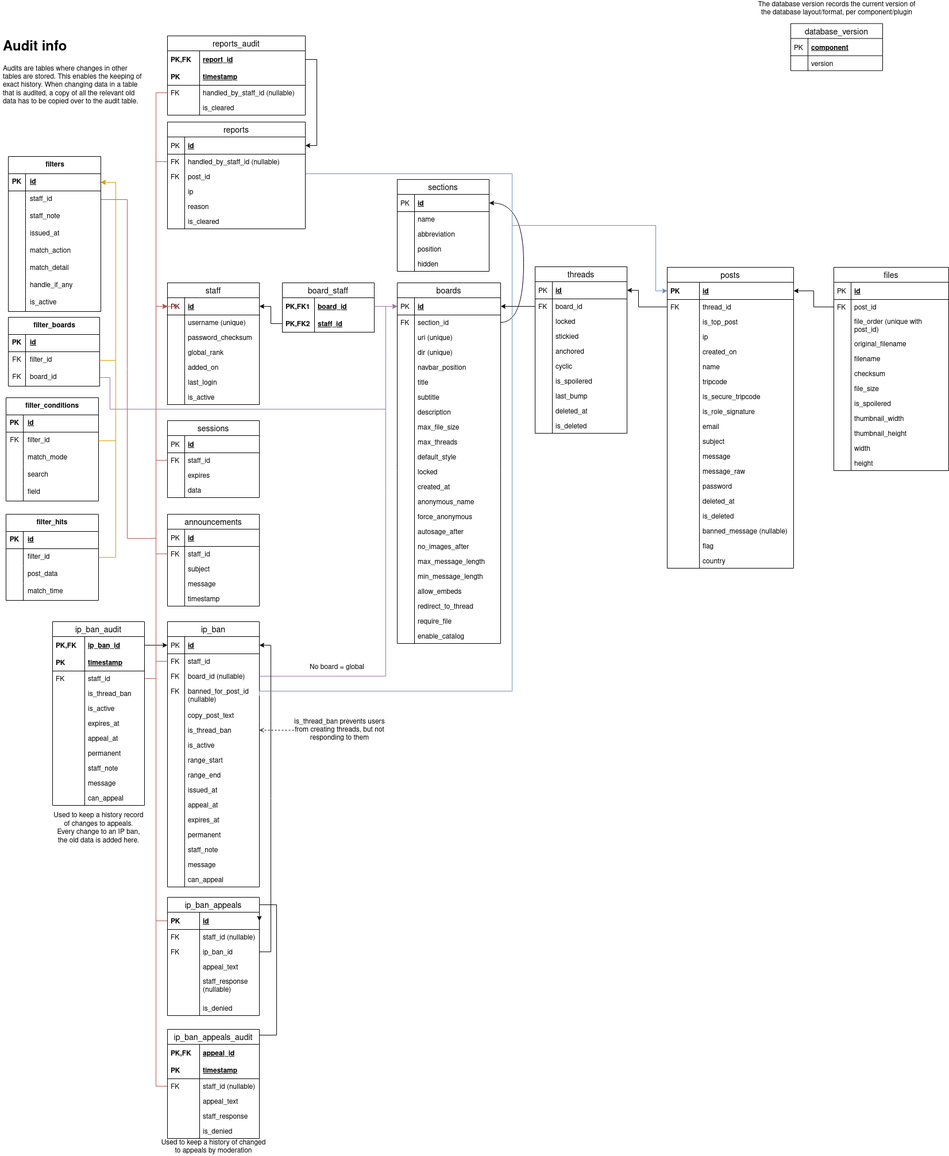
gochan-org/gochan keeps this draw.io diagram as sql/Database ERD.png. Above is the earlier version. Source tidied: cells renumbered, new cells last; positions are measured from the earlier drawing's top-left corner, leaving out a move shared by most shapes.
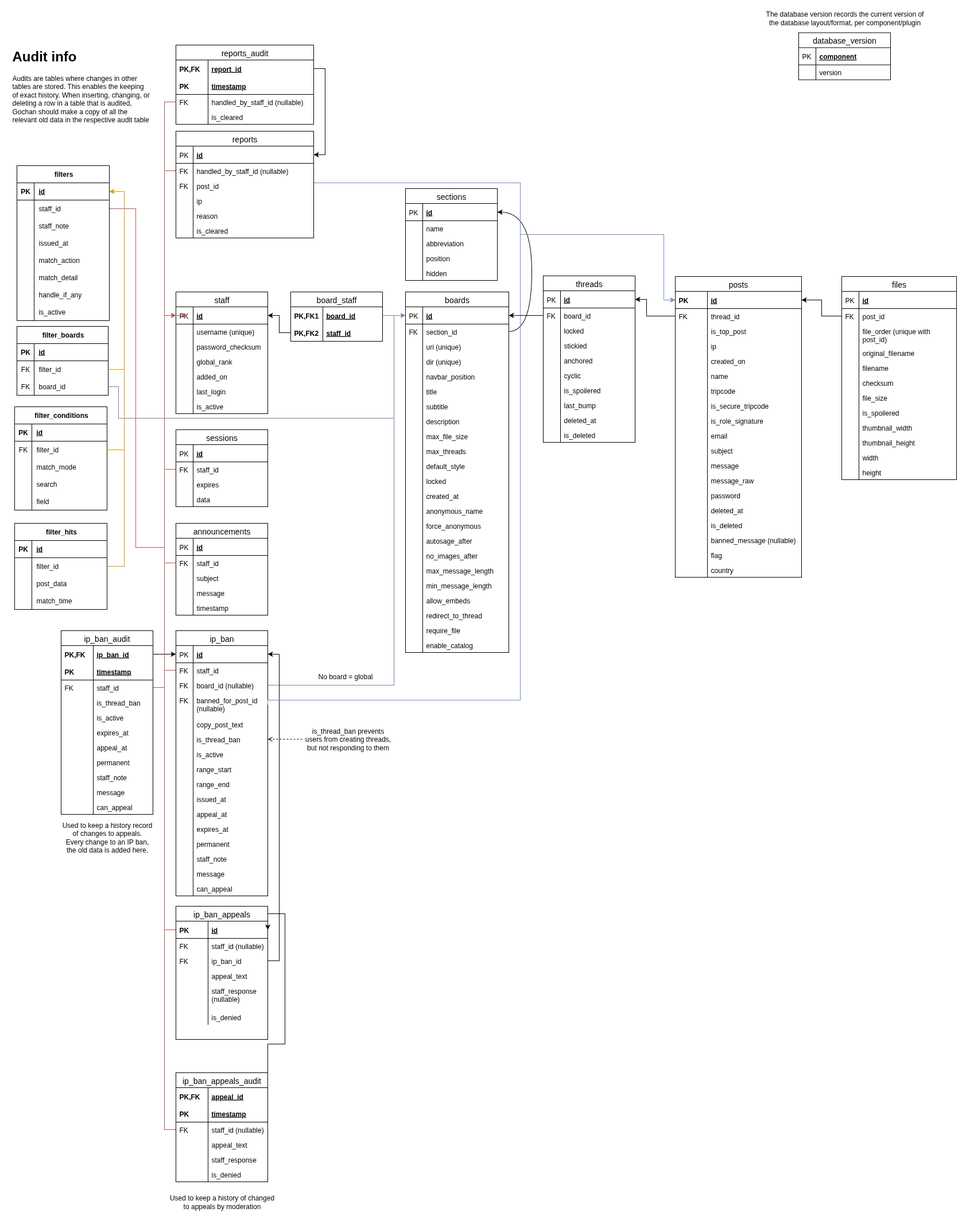
The same file after the commit.

Commit message:
Addd Draw.io backup files to gitignore, add clarification to audit info box

The edit, as a diff of the source:
```diff
@@ -159,7 +159,7 @@
     <mxCell id="49" style="edgeStyle=orthogonalEdgeStyle;rounded=0;jettySize=auto;html=1;exitX=0;exitY=0.5;exitDx=0;exitDy=0;entryX=0;entryY=0.5;entryDx=0;entryDy=0;fillColor=#f8cecc;strokeColor=#b85450;" parent="1" edge="1" source="41" target="3">
       <mxGeometry relative="1" as="geometry" />
     </mxCell>
-    <mxCell id="50" value="ip_ban" style="swimlane;fontStyle=0;horizontal=1;startSize=26;align=center;fontSize=14;strokeColor=#000000;fillColor=none;" parent="1" vertex="1">
+    <mxCell id="50" value="ip_ban" style="swimlane;fontStyle=0;horizontal=1;startSize=26;align=center;fontSize=14;" parent="1" vertex="1">
       <mxGeometry x="291" y="1082" width="160" height="462" as="geometry" />
     </mxCell>
     <mxCell id="51" value="id" style="shape=partialRectangle;top=0;left=0;right=0;bottom=1;align=left;verticalAlign=middle;fillColor=none;spacingLeft=34;spacingRight=4;overflow=hidden;points=[[0,0.5],[1,0.5]];portConstraint=eastwest;fontStyle=5;fontSize=12;" parent="50" vertex="1">
@@ -416,7 +416,7 @@
     <mxCell id="133" style="edgeStyle=orthogonalEdgeStyle;rounded=0;jettySize=auto;html=1;exitX=1;exitY=0.5;exitDx=0;exitDy=0;entryX=0;entryY=0.5;entryDx=0;entryDy=0;fillColor=#f8cecc;strokeColor=#b85450;" parent="1" edge="1" source="139" target="3">
       <mxGeometry relative="1" as="geometry" />
     </mxCell>
-    <mxCell id="134" value="ip_ban_audit" style="swimlane;fontStyle=0;horizontal=1;startSize=26;align=center;fontSize=14;strokeColor=#000000;fillColor=none;" parent="1" vertex="1">
+    <mxCell id="134" value="ip_ban_audit" style="swimlane;fontStyle=0;horizontal=1;startSize=26;align=center;fontSize=14;" parent="1" vertex="1">
       <mxGeometry x="91" y="1082" width="160" height="320" as="geometry" />
     </mxCell>
     <mxCell id="135" value="ip_ban_id" style="shape=partialRectangle;top=0;left=0;right=0;bottom=0;align=left;verticalAlign=middle;fillColor=none;spacingLeft=60;spacingRight=4;overflow=hidden;points=[[0,0.5],[1,0.5]];portConstraint=eastwest;fontStyle=5;fontSize=12;" parent="134" vertex="1">
@@ -491,7 +491,7 @@
     <mxCell id="158" value="&lt;div&gt;Used to keep a history record &lt;br&gt;&lt;/div&gt;&lt;div&gt;of changes to appeals.&lt;br&gt;Every change to an IP ban,&lt;br&gt;the old data is added here.&lt;br&gt;&lt;/div&gt;" style="text;html=1;align=center;verticalAlign=middle;" parent="1" vertex="1">
       <mxGeometry x="81" y="1412" width="180" height="60" as="geometry" />
     </mxCell>
-    <mxCell id="159" value="reports" style="swimlane;fontStyle=0;horizontal=1;startSize=26;align=center;fontSize=14;strokeColor=#000000;fillColor=none;" parent="1" vertex="1">
+    <mxCell id="159" value="reports" style="swimlane;fontStyle=0;horizontal=1;startSize=26;align=center;fontSize=14;" parent="1" vertex="1">
       <mxGeometry x="291" y="212" width="240" height="186" as="geometry" />
     </mxCell>
     <mxCell id="160" value="id" style="shape=partialRectangle;top=0;left=0;right=0;bottom=1;align=left;verticalAlign=middle;fillColor=none;spacingLeft=34;spacingRight=4;overflow=hidden;points=[[0,0.5],[1,0.5]];portConstraint=eastwest;fontStyle=5;fontSize=12;" parent="159" vertex="1">
@@ -580,7 +580,7 @@
       <mxGeometry width="56" height="26" as="geometry" />
     </mxCell>
     <mxCell id="185" value="&lt;div&gt;Used to keep a history of changed&lt;/div&gt;&lt;div&gt;to appeals by moderation&lt;br&gt;&lt;/div&gt;" style="text;html=1;align=center;verticalAlign=middle;" parent="1" vertex="1">
-      <mxGeometry x="271" y="1982" width="200" height="30" as="geometry" />
+      <mxGeometry x="271" y="2062" width="200" height="30" as="geometry" />
     </mxCell>
     <mxCell id="186" style="edgeStyle=orthogonalEdgeStyle;rounded=0;jettySize=auto;html=1;exitX=1;exitY=0.5;exitDx=0;exitDy=0;entryX=1;entryY=0.5;entryDx=0;entryDy=0;" parent="1" edge="1" source="177" target="160">
       <mxGeometry relative="1" as="geometry" />
@@ -588,8 +588,8 @@
     <mxCell id="187" style="edgeStyle=orthogonalEdgeStyle;rounded=0;jettySize=auto;html=1;exitX=0;exitY=0.5;exitDx=0;exitDy=0;entryX=0;entryY=0.5;entryDx=0;entryDy=0;fillColor=#f8cecc;strokeColor=#b85450;" parent="1" edge="1" source="181" target="3">
       <mxGeometry relative="1" as="geometry" />
     </mxCell>
-    <mxCell id="188" value="&lt;h1&gt;Audit info&lt;br&gt;&lt;/h1&gt;&lt;p&gt;Audits are tables where changes in other tables are stored. This enables the keeping of exact history. When changing data in a table that is audited, a copy of all the relevant old data has to be copied over to the audit table. &lt;br&gt;&lt;/p&gt;" style="text;html=1;strokeColor=none;fillColor=none;spacing=5;spacingTop=-20;whiteSpace=wrap;overflow=hidden;rounded=0;" parent="1" vertex="1">
-      <mxGeometry y="62" width="251" height="120" as="geometry" />
+    <mxCell id="188" value="&lt;h1&gt;Audit info&lt;br&gt;&lt;/h1&gt;&lt;p&gt;Audits are tables where changes in other tables are stored. This enables the keeping of exact history. When inserting, changing, or deleting a row in a table that is audited, Gochan should make a copy of all the relevant old data in the respective audit table&lt;br&gt;&lt;/p&gt;" style="text;html=1;strokeColor=none;fillColor=none;spacing=5;spacingTop=-20;overflow=hidden;rounded=0;whiteSpace=wrap;shadow=0;" parent="1" vertex="1">
+      <mxGeometry x="1" y="62" width="250" height="160" as="geometry" />
     </mxCell>
     <mxCell id="189" style="edgeStyle=orthogonalEdgeStyle;rounded=0;jettySize=auto;html=1;exitX=1;exitY=0.5;exitDx=0;exitDy=0;entryX=0;entryY=0.5;entryDx=0;entryDy=0;fillColor=#dae8fc;strokeColor=#6c8ebf;" parent="1" edge="1" source="57" target="228">
       <mxGeometry relative="1" as="geometry">
@@ -602,7 +602,7 @@
       </mxGeometry>
     </mxCell>
     <mxCell id="190" value="ip_ban_appeals" style="swimlane;fontStyle=0;horizontal=1;startSize=26;align=center;fontSize=14;" parent="1" vertex="1">
-      <mxGeometry x="291" y="1562" width="160" height="206" as="geometry" />
+      <mxGeometry x="291" y="1562" width="160" height="232" as="geometry" />
     </mxCell>
     <mxCell id="191" value="id" style="shape=partialRectangle;top=0;left=0;right=0;bottom=1;align=left;verticalAlign=middle;fillColor=none;spacingLeft=60;spacingRight=4;overflow=hidden;points=[[0,0.5],[1,0.5]];portConstraint=eastwest;fontStyle=5;fontSize=12;" parent="190" vertex="1">
       <mxGeometry y="26" width="160" height="30" as="geometry" />
@@ -641,7 +641,7 @@
       <mxGeometry width="56" height="26" as="geometry" />
     </mxCell>
     <mxCell id="203" value="ip_ban_appeals_audit" style="swimlane;fontStyle=0;horizontal=1;startSize=26;align=center;fontSize=14;" parent="1" vertex="1">
-      <mxGeometry x="291" y="1792" width="160" height="190" as="geometry" />
+      <mxGeometry x="291" y="1852" width="160" height="190" as="geometry" />
     </mxCell>
     <mxCell id="204" value="appeal_id" style="shape=partialRectangle;top=0;left=0;right=0;bottom=1;align=left;verticalAlign=middle;fillColor=none;spacingLeft=60;spacingRight=4;overflow=hidden;points=[[0,0.5],[1,0.5]];portConstraint=eastwest;fontStyle=5;fontSize=12;strokeColor=none;" parent="203" vertex="1">
       <mxGeometry y="26" width="160" height="30" as="geometry" />
@@ -829,7 +829,7 @@
     <mxCell id="265" style="shape=partialRectangle;top=0;left=0;bottom=0;fillColor=none;align=left;verticalAlign=top;spacingLeft=4;spacingRight=4;overflow=hidden;fontSize=12;" parent="264" vertex="1">
       <mxGeometry width="56" height="26" as="geometry" />
     </mxCell>
-    <mxCell id="266" value="files" style="swimlane;fontStyle=0;horizontal=1;startSize=26;align=center;fontSize=14;strokeColor=#000000;fillColor=none;" parent="1" vertex="1">
+    <mxCell id="266" value="files" style="swimlane;fontStyle=0;horizontal=1;startSize=26;align=center;fontSize=14;" parent="1" vertex="1">
       <mxGeometry x="1451" y="465" width="200" height="354" as="geometry" />
     </mxCell>
     <mxCell id="267" value="id" style="shape=partialRectangle;top=0;left=0;right=0;bottom=1;align=left;verticalAlign=middle;fillColor=none;spacingLeft=34;spacingRight=4;overflow=hidden;fontStyle=5;fontSize=12;" parent="266" vertex="1">
```
